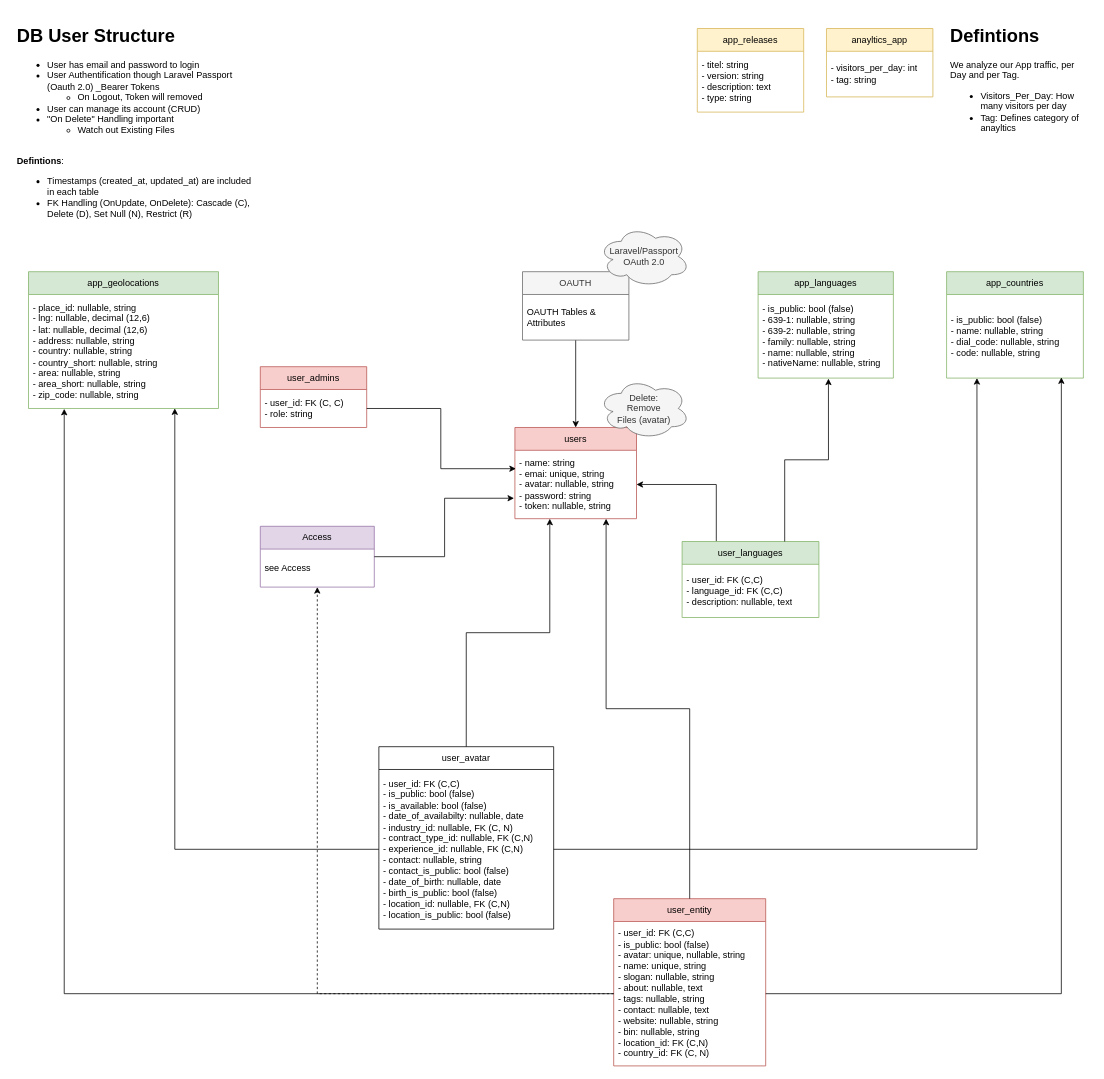
Before: page "DB Structure" (1 of 6) of docs/Features/01 - Useraccount.drawio in CarlsonBuma/laravel-quasar-template, a draw.io diagram. Source tidied: cells renumbered, new cells numbered last; positions are measured from the earlier drawing's top-left corner, leaving out a move shared by most shapes. Both pictures are drawn from the tidied source at 76%, with x=0, y=0 at pixel (13, 21).
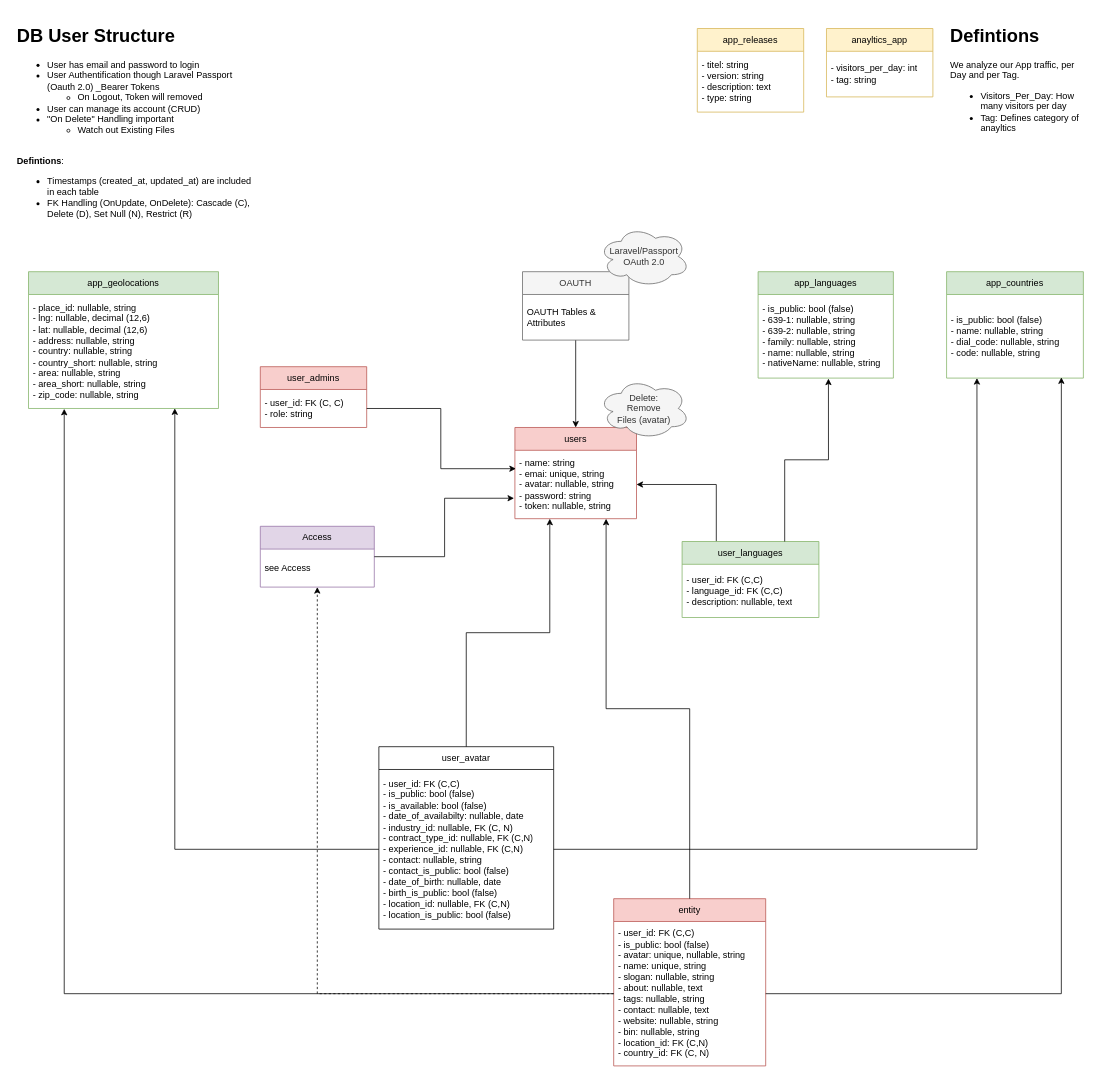
The same page after the edit.

Diff of the diagram source:
```diff
@@
-    <mxCell id="20" value="user_entity" style="swimlane;fontStyle=0;horizontal=1;startSize=30;whiteSpace=wrap;html=1;fillColor=#f8cecc;strokeColor=#b85450;" parent="1" vertex="1">
+    <mxCell id="20" value="entity" style="swimlane;fontStyle=0;horizontal=1;startSize=30;whiteSpace=wrap;html=1;fillColor=#f8cecc;strokeColor=#b85450;" parent="1" vertex="1">
       <mxGeometry x="790" y="1155" width="200" height="220" as="geometry" />
     </mxCell>
```
